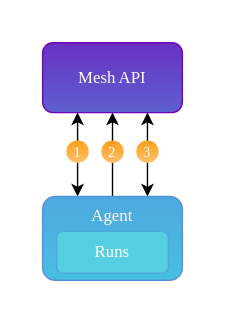
This is statics/workflow.svg from do87/poly, a draw.io export, as it was before one commit. Source tidied: cells renumbered, new cells last; positions are measured from the earlier drawing's top-left corner, leaving out a move shared by most shapes.
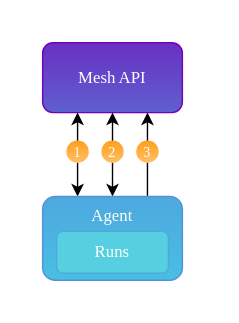
Later version of the same file.

The edit, as a diff of the source:
```diff
@@ -11,10 +11,10 @@
     <mxCell id="4" style="edgeStyle=orthogonalEdgeStyle;rounded=0;jettySize=auto;html=1;exitX=0.25;exitY=0;exitDx=0;exitDy=0;entryX=0.25;entryY=1;entryDx=0;entryDy=0;fontFamily=Verdana;fontColor=#FFFFFF;startArrow=classic;startFill=1;" parent="1" edge="1" source="7" target="3">
       <mxGeometry relative="1" as="geometry" />
     </mxCell>
-    <mxCell id="5" style="edgeStyle=orthogonalEdgeStyle;rounded=0;jettySize=auto;html=1;exitX=0.5;exitY=0;exitDx=0;exitDy=0;entryX=0.5;entryY=1;entryDx=0;entryDy=0;fontFamily=Verdana;fontColor=#FFFFFF;" parent="1" edge="1" source="7" target="3">
+    <mxCell id="5" style="edgeStyle=orthogonalEdgeStyle;rounded=0;jettySize=auto;html=1;exitX=0.5;exitY=0;exitDx=0;exitDy=0;entryX=0.5;entryY=1;entryDx=0;entryDy=0;fontFamily=Verdana;fontColor=#FFFFFF;startArrow=classic;startFill=1;" parent="1" edge="1" source="7" target="3">
       <mxGeometry relative="1" as="geometry" />
     </mxCell>
-    <mxCell id="6" style="edgeStyle=orthogonalEdgeStyle;rounded=0;jettySize=auto;html=1;exitX=0.75;exitY=0;exitDx=0;exitDy=0;entryX=0.75;entryY=1;entryDx=0;entryDy=0;fontFamily=Verdana;fontColor=#FFFFFF;startArrow=classic;startFill=1;" parent="1" edge="1" source="7" target="3">
+    <mxCell id="6" style="edgeStyle=orthogonalEdgeStyle;rounded=0;jettySize=auto;html=1;exitX=0.75;exitY=0;exitDx=0;exitDy=0;entryX=0.75;entryY=1;entryDx=0;entryDy=0;fontFamily=Verdana;fontColor=#FFFFFF;startArrow=none;startFill=0;" parent="1" edge="1" source="7" target="3">
       <mxGeometry relative="1" as="geometry" />
     </mxCell>
     <mxCell id="7" value="Agent" style="rounded=1;whiteSpace=wrap;html=1;fillColor=#4ea8de;strokeColor=#5390d9;fontColor=#FFFFFF;fontFamily=Verdana;fontStyle=0;gradientColor=#48bfe3;verticalAlign=top;" parent="1" vertex="1">
```
